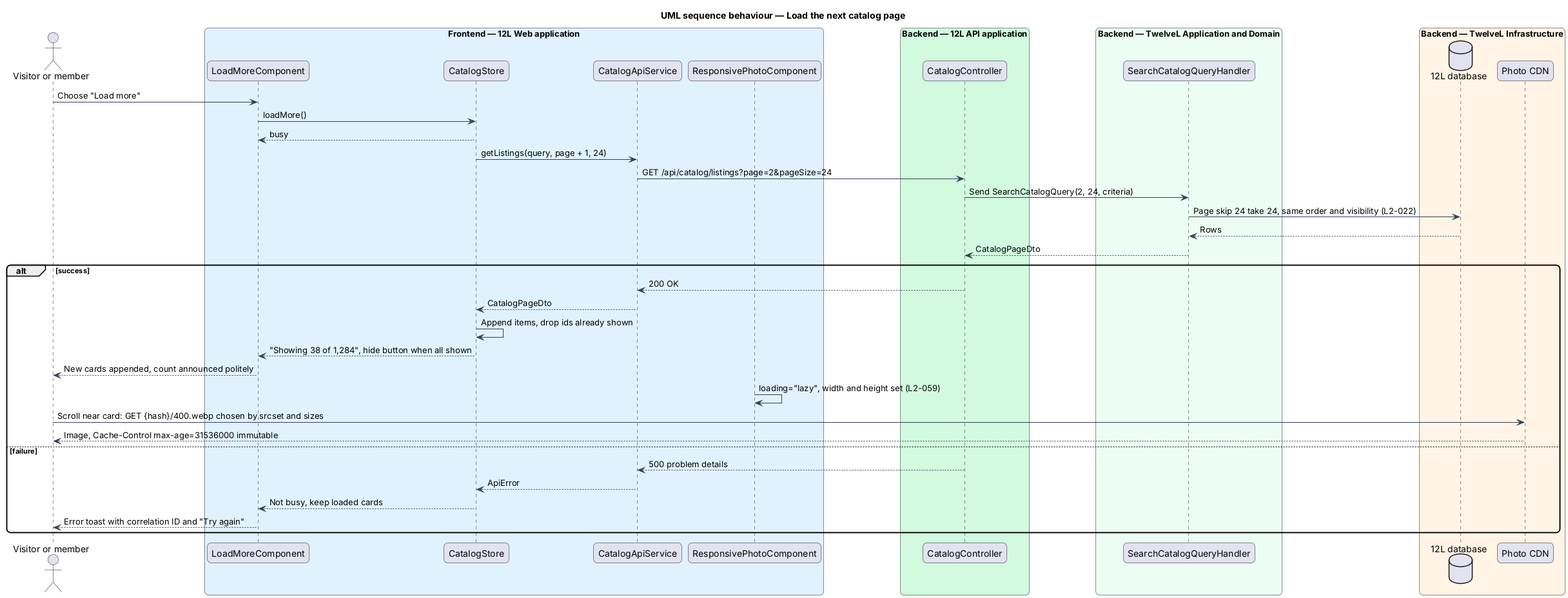
Earlier version of the PlantUML export docs/detailed-designs/catalog/browse-catalog/diagrams/sequence-load-more.png (QuinntyneBrown/12l).
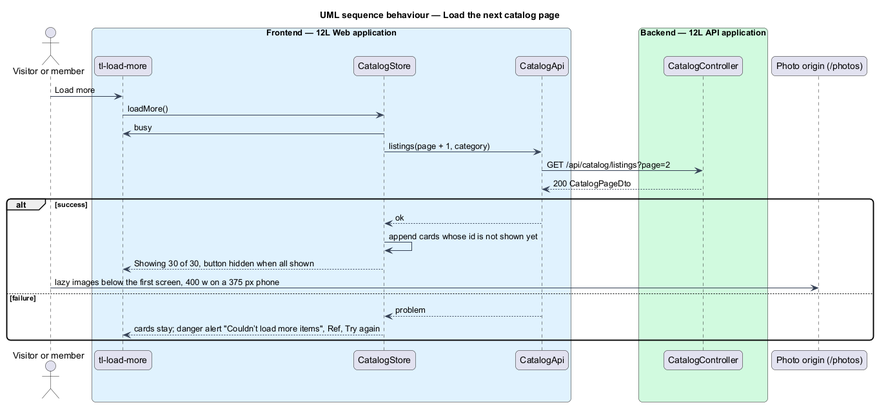
After the commit.

The edit, as a diff of the source:
```diff
@@ -7,43 +7,27 @@
 skinparam ArrowColor #344054
 actor "Visitor or member" as actor
 box "Frontend — 12L Web application" #E0F2FE
-  participant "LoadMoreComponent" as more
+  participant "tl-load-more" as more
   participant "CatalogStore" as store
-  participant "CatalogApiService" as client
-  participant "ResponsivePhotoComponent" as photo
+  participant "CatalogApi" as client
 end box
 box "Backend — 12L API application" #D1FADF
   participant "CatalogController" as controller
 end box
-box "Backend — TwelveL Application and Domain" #ECFDF3
-  participant "SearchCatalogQueryHandler" as handler
-end box
-box "Backend — TwelveL Infrastructure" #FFF4E5
-  database "12L database" as db
-  participant "Photo CDN" as cdn
-end box
-actor -> more : Choose "Load more"
+participant "Photo origin (/photos)" as photos
+actor -> more : Load more
 more -> store : loadMore()
-store --> more : busy
-store -> client : getListings(query, page + 1, 24)
-client -> controller : GET /api/catalog/listings?page=2&pageSize=24
-controller -> handler : Send SearchCatalogQuery(2, 24, criteria)
-handler -> db : Page skip 24 take 24, same order and visibility (L2-022)
-db --> handler : Rows
-handler --> controller : CatalogPageDto
+store -> more : busy
+store -> client : listings(page + 1, category)
+client -> controller : GET /api/catalog/listings?page=2
+controller --> client : 200 CatalogPageDto
 alt success
-  controller --> client : 200 OK
-  client --> store : CatalogPageDto
-  store -> store : Append items, drop ids already shown
-  store --> more : "Showing 38 of 1,284", hide button when all shown
-  more --> actor : New cards appended, count announced politely
-  photo -> photo : loading="lazy", width and height set (L2-059)
-  actor -> cdn : Scroll near card: GET {hash}/400.webp chosen by srcset and sizes
-  cdn --> actor : Image, Cache-Control max-age=31536000 immutable
+  client --> store : ok
+  store -> store : append cards whose id is not shown yet
+  store --> more : Showing 30 of 30, button hidden when all shown
+  actor -> photos : lazy images below the first screen, 400 w on a 375 px phone
 else failure
-  controller --> client : 500 problem details
-  client --> store : ApiError
-  store --> more : Not busy, keep loaded cards
-  more --> actor : Error toast with correlation ID and "Try again"
+  client --> store : problem
+  store --> more : cards stay; danger alert "Couldn’t load more items", Ref, Try again
 end
 @enduml
```
